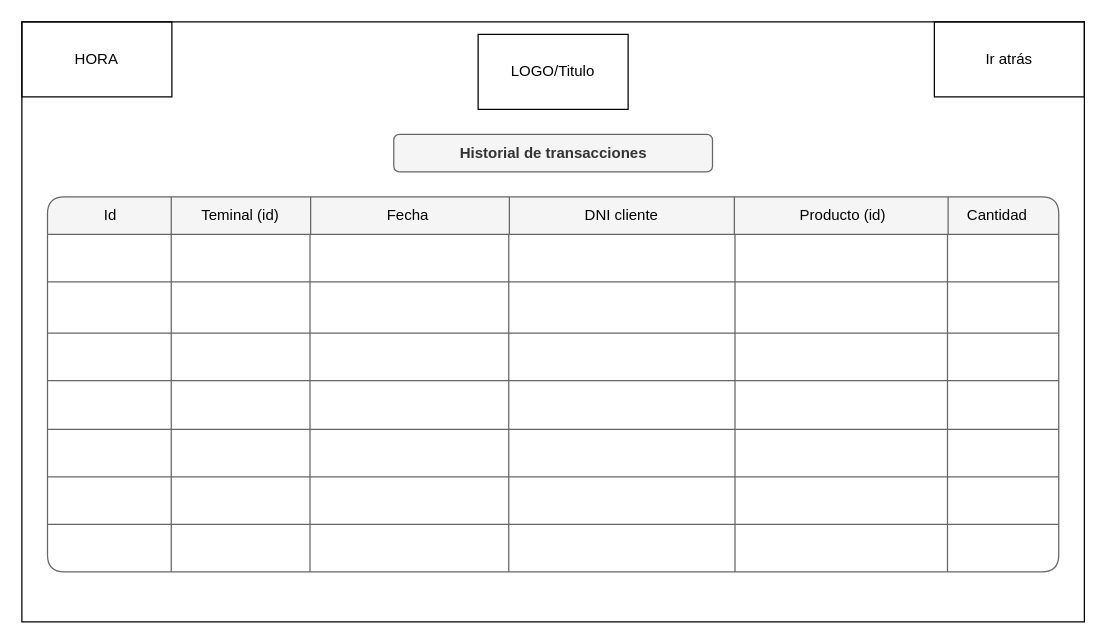
Before: page "Historial transacciones" (2 of 4) of docs/UI_PR_CLI.drawio in Universidad-Europea/PharmSquare, a draw.io diagram. Source tidied: cells renumbered, new cells numbered last; positions are measured from the earlier drawing's top-left corner, leaving out a move shared by most shapes. Both pictures are drawn from the tidied source at 125%, with x=0, y=0 at pixel (21, 21). Pictures stored in the file or linked from it are replaced by grey dashed boxes.
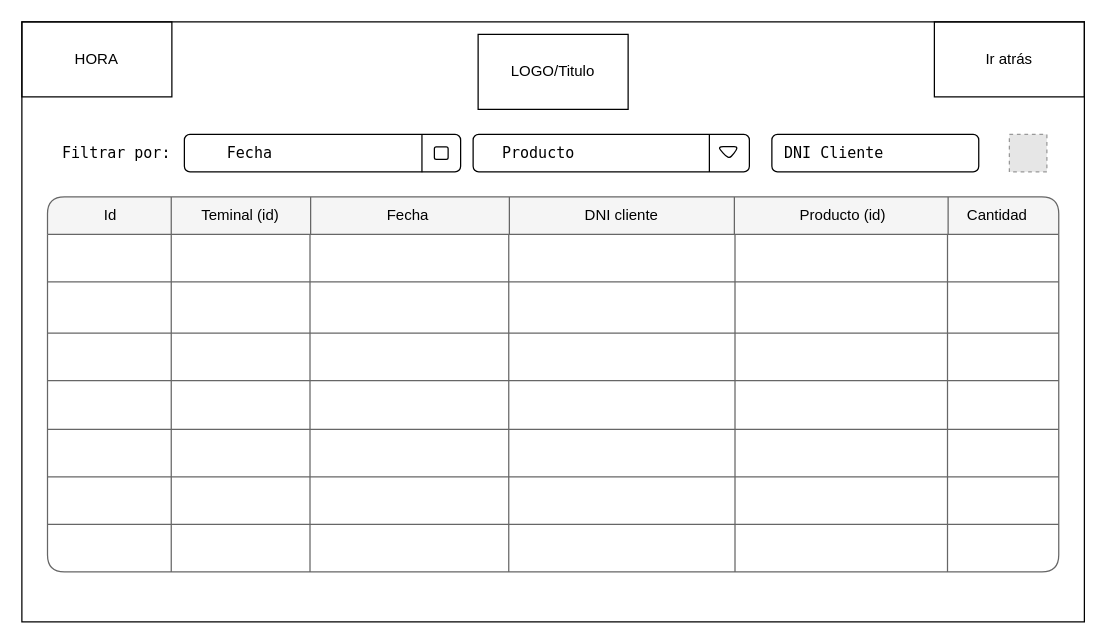
The same page after the edit.

Change to the diagram source:
```diff
@@
-    <mxCell id="6" value="&lt;b&gt;Historial de transacciones&lt;/b&gt;" style="rounded=1;whiteSpace=wrap;html=1;fillColor=#f5f5f5;fontColor=#333333;strokeColor=#666666;" parent="1" vertex="1">
-      <mxGeometry x="297.5" y="90" width="255" height="30" as="geometry" />
-    </mxCell>
@@
+    <mxCell id="68" style="fillColor=#E6E6E6;strokeColor=#999999;dashed=1;verticalLabelPosition=bottom;labelBackgroundColor=default;verticalAlign=top;" parent="1" vertex="1">
+      <mxGeometry x="790" y="90" width="30" height="30" as="geometry" />
+    </mxCell>
+    <mxCell id="69" value="Filtrar por:" style="text;html=1;strokeColor=none;fillColor=none;align=center;verticalAlign=middle;whiteSpace=wrap;rounded=0;fontFamily=Lucida Console;fontColor=#000000;" parent="1" vertex="1">
+      <mxGeometry x="25.5" y="90" width="100" height="30" as="geometry" />
+    </mxCell>
+    <mxCell id="70" style="group;" parent="1" vertex="1">
+      <mxGeometry x="600" y="90" width="165.5" height="30" as="geometry" />
+    </mxCell>
+    <mxCell id="71" style="rounded=1;whiteSpace=wrap;html=1;fontColor=#000000;strokeColor=#000000;strokeWidth=1;fillColor=default;" parent="70" vertex="1">
+      <mxGeometry width="165.5" height="30" as="geometry" />
+    </mxCell>
+    <mxCell id="72" value="DNI Cliente" style="text;html=1;strokeColor=none;fillColor=none;align=center;verticalAlign=middle;whiteSpace=wrap;rounded=0;fontFamily=Lucida Console;fontColor=#000000;" parent="70" vertex="1">
+      <mxGeometry width="100" height="30" as="geometry" />
+    </mxCell>
+    <mxCell id="73" style="group;" parent="1" vertex="1">
+      <mxGeometry x="130" y="90" width="221" height="30" as="geometry" />
+    </mxCell>
+    <mxCell id="74" style="rounded=1;whiteSpace=wrap;html=1;fontColor=#000000;strokeColor=#000000;strokeWidth=1;fillColor=default;" parent="73" vertex="1">
+      <mxGeometry width="221" height="30" as="geometry" />
+    </mxCell>
+    <mxCell id="75" value="Fecha" style="text;html=1;strokeColor=none;fillColor=none;align=center;verticalAlign=middle;whiteSpace=wrap;rounded=0;fontFamily=Lucida Console;fontColor=#000000;" parent="73" vertex="1">
+      <mxGeometry width="105" height="30" as="geometry" />
+    </mxCell>
+    <mxCell id="76" style="endArrow=none;html=1;rounded=0;fontFamily=Lucida Console;fontColor=#000000;strokeColor=#000000;strokeWidth=1;entryX=0.86;entryY=0.003;entryDx=0;entryDy=0;entryPerimeter=0;exitX=0.86;exitY=1.013;exitDx=0;exitDy=0;exitPerimeter=0;" parent="73" edge="1" source="74" target="74">
+      <mxGeometry relative="1" as="geometry" />
+    </mxCell>
+    <mxCell id="77" style="rounded=1;whiteSpace=wrap;html=1;fontFamily=Lucida Console;fontColor=#000000;strokeColor=#000000;strokeWidth=1;fillColor=default;" parent="73" vertex="1">
+      <mxGeometry x="200" y="10" width="11" height="10" as="geometry" />
+    </mxCell>
+    <mxCell id="78" style="group;" parent="1" vertex="1">
+      <mxGeometry x="361" y="90" width="221" height="30" as="geometry" />
+    </mxCell>
+    <mxCell id="79" style="rounded=1;whiteSpace=wrap;html=1;fontColor=#000000;strokeColor=#000000;strokeWidth=1;fillColor=default;" parent="78" vertex="1">
+      <mxGeometry width="221" height="30" as="geometry" />
+    </mxCell>
+    <mxCell id="80" style="group;" parent="78" vertex="1">
+      <mxGeometry width="221" height="30" as="geometry" />
+    </mxCell>
+    <mxCell id="81" value="Producto" style="text;html=1;strokeColor=none;fillColor=none;align=center;verticalAlign=middle;whiteSpace=wrap;rounded=0;fontFamily=Lucida Console;fontColor=#000000;" parent="80" vertex="1">
+      <mxGeometry width="105" height="30" as="geometry" />
+    </mxCell>
+    <mxCell id="82" style="triangle;whiteSpace=wrap;html=1;rotation=90;rounded=1;" parent="80" vertex="1">
+      <mxGeometry x="199.3" y="6.2" width="10.2" height="17.5" as="geometry" />
+    </mxCell>
+    <mxCell id="83" style="endArrow=none;html=1;rounded=0;fontFamily=Lucida Console;fontColor=#000000;strokeColor=#000000;strokeWidth=1;entryX=0.86;entryY=0.003;entryDx=0;entryDy=0;entryPerimeter=0;exitX=0.86;exitY=1.013;exitDx=0;exitDy=0;exitPerimeter=0;" parent="78" edge="1">
+      <mxGeometry relative="1" as="geometry">
+        <mxPoint x="189" y="30" as="sourcePoint" />
+        <mxPoint x="189" y="-0.3" as="targetPoint" />
+      </mxGeometry>
+    </mxCell>
```
